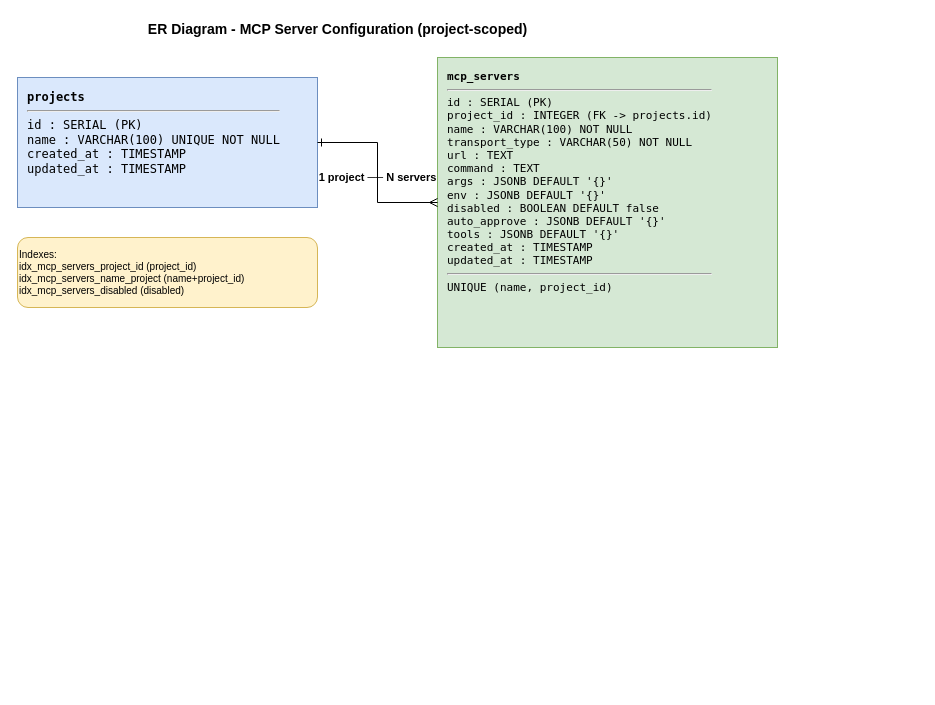
TranHoang1/SDLC-Agents-4-Enteprise keeps this draw.io diagram as documents/SA4E-215/diagrams/er-diagram.drawio. Above is the earlier version. Source tidied: cells renumbered, new cells numbered last; positions are measured from the earlier drawing's top-left corner, leaving out a move shared by most shapes. Both pictures are drawn from the tidied source at 100%, with x=0, y=0 at pixel (17, 17).
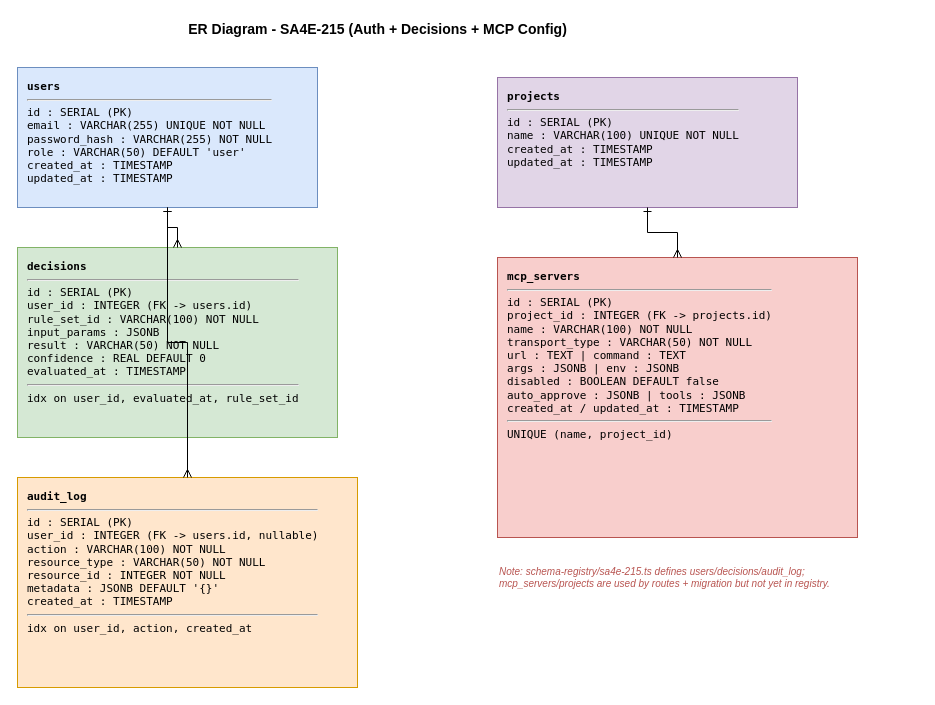
After the change.

The edit, as a diff of the source:
```diff
@@
 <mxGraphModel>
   <root>
     <mxCell id="0" />
     <mxCell id="1" parent="0" />
-    <mxCell id="2" value="ER Diagram - MCP Server Configuration (project-scoped)" style="text;html=1;align=center;verticalAlign=middle;fontSize=14;fontStyle=1;" parent="1" vertex="1">
-      <mxGeometry width="640" height="24" as="geometry" />
+    <mxCell id="2" value="ER Diagram - SA4E-215 (Auth + Decisions + MCP Config)" style="text;html=1;align=center;verticalAlign=middle;fontSize=14;fontStyle=1;" parent="1" vertex="1">
+      <mxGeometry width="720" height="24" as="geometry" />
     </mxCell>
+    <mxCell id="8" value="&lt;b&gt;users&lt;/b&gt;&lt;hr&gt;id : SERIAL (PK)&lt;br&gt;email : VARCHAR(255) UNIQUE NOT NULL&lt;br&gt;password_hash : VARCHAR(255) NOT NULL&lt;br&gt;role : VARCHAR(50) DEFAULT 'user'&lt;br&gt;created_at : TIMESTAMP&lt;br&gt;updated_at : TIMESTAMP" style="rounded=0;whiteSpace=wrap;html=1;align=left;verticalAlign=top;fontFamily=monospace;fontSize=11;fillColor=#dae8fc;strokeColor=#6c8ebf;spacingLeft=8;spacingTop=6;" parent="1" vertex="1">
+      <mxGeometry y="50" width="300" height="140" as="geometry" />
+    </mxCell>
+    <mxCell id="9" value="&lt;b&gt;decisions&lt;/b&gt;&lt;hr&gt;id : SERIAL (PK)&lt;br&gt;user_id : INTEGER (FK -&gt; users.id)&lt;br&gt;rule_set_id : VARCHAR(100) NOT NULL&lt;br&gt;input_params : JSONB&lt;br&gt;result : VARCHAR(50) NOT NULL&lt;br&gt;confidence : REAL DEFAULT 0&lt;br&gt;evaluated_at : TIMESTAMP&lt;hr&gt;idx on user_id, evaluated_at, rule_set_id" style="rounded=0;whiteSpace=wrap;html=1;align=left;verticalAlign=top;fontFamily=monospace;fontSize=11;fillColor=#d5e8d4;strokeColor=#82b366;spacingLeft=8;spacingTop=6;" parent="1" vertex="1">
+      <mxGeometry y="230" width="320" height="190" as="geometry" />
+    </mxCell>
+    <mxCell id="10" value="&lt;b&gt;audit_log&lt;/b&gt;&lt;hr&gt;id : SERIAL (PK)&lt;br&gt;user_id : INTEGER (FK -&gt; users.id, nullable)&lt;br&gt;action : VARCHAR(100) NOT NULL&lt;br&gt;resource_type : VARCHAR(50) NOT NULL&lt;br&gt;resource_id : INTEGER NOT NULL&lt;br&gt;metadata : JSONB DEFAULT '{}'&lt;br&gt;created_at : TIMESTAMP&lt;hr&gt;idx on user_id, action, created_at" style="rounded=0;whiteSpace=wrap;html=1;align=left;verticalAlign=top;fontFamily=monospace;fontSize=11;fillColor=#ffe6cc;strokeColor=#d79b00;spacingLeft=8;spacingTop=6;" parent="1" vertex="1">
+      <mxGeometry y="460" width="340" height="210" as="geometry" />
+    </mxCell>
-    <mxCell id="3" value="&lt;b&gt;projects&lt;/b&gt;&lt;hr&gt;id : SERIAL (PK)&lt;br&gt;name : VARCHAR(100) UNIQUE NOT NULL&lt;br&gt;created_at : TIMESTAMP&lt;br&gt;updated_at : TIMESTAMP" style="rounded=0;whiteSpace=wrap;html=1;align=left;verticalAlign=top;fontFamily=monospace;fontSize=12;fillColor=#dae8fc;strokeColor=#6c8ebf;spacingLeft=8;spacingTop=6;" parent="1" vertex="1">
-      <mxGeometry y="60" width="300" height="130" as="geometry" />
+    <mxCell id="3" value="&lt;b&gt;projects&lt;/b&gt;&lt;hr&gt;id : SERIAL (PK)&lt;br&gt;name : VARCHAR(100) UNIQUE NOT NULL&lt;br&gt;created_at : TIMESTAMP&lt;br&gt;updated_at : TIMESTAMP" style="rounded=0;whiteSpace=wrap;html=1;align=left;verticalAlign=top;fontFamily=monospace;fontSize=11;fillColor=#e1d5e7;strokeColor=#9673a6;spacingLeft=8;spacingTop=6;" parent="1" vertex="1">
+      <mxGeometry x="480" y="60" width="300" height="130" as="geometry" />
     </mxCell>
-    <mxCell id="4" value="&lt;b&gt;mcp_servers&lt;/b&gt;&lt;hr&gt;id : SERIAL (PK)&lt;br&gt;project_id : INTEGER (FK -&gt; projects.id)&lt;br&gt;name : VARCHAR(100) NOT NULL&lt;br&gt;transport_type : VARCHAR(50) NOT NULL&lt;br&gt;url : TEXT&lt;br&gt;command : TEXT&lt;br&gt;args : JSONB DEFAULT '{}'&lt;br&gt;env : JSONB DEFAULT '{}'&lt;br&gt;disabled : BOOLEAN DEFAULT false&lt;br&gt;auto_approve : JSONB DEFAULT '{}'&lt;br&gt;tools : JSONB DEFAULT '{}'&lt;br&gt;created_at : TIMESTAMP&lt;br&gt;updated_at : TIMESTAMP&lt;hr&gt;UNIQUE (name, project_id)" style="rounded=0;whiteSpace=wrap;html=1;align=left;verticalAlign=top;fontFamily=monospace;fontSize=11;fillColor=#d5e8d4;strokeColor=#82b366;spacingLeft=8;spacingTop=6;" parent="1" vertex="1">
-      <mxGeometry x="420" y="40" width="340" height="290" as="geometry" />
+    <mxCell id="4" value="&lt;b&gt;mcp_servers&lt;/b&gt;&lt;hr&gt;id : SERIAL (PK)&lt;br&gt;project_id : INTEGER (FK -&gt; projects.id)&lt;br&gt;name : VARCHAR(100) NOT NULL&lt;br&gt;transport_type : VARCHAR(50) NOT NULL&lt;br&gt;url : TEXT | command : TEXT&lt;br&gt;args : JSONB | env : JSONB&lt;br&gt;disabled : BOOLEAN DEFAULT false&lt;br&gt;auto_approve : JSONB | tools : JSONB&lt;br&gt;created_at / updated_at : TIMESTAMP&lt;hr&gt;UNIQUE (name, project_id)" style="rounded=0;whiteSpace=wrap;html=1;align=left;verticalAlign=top;fontFamily=monospace;fontSize=11;fillColor=#f8cecc;strokeColor=#b85450;spacingLeft=8;spacingTop=6;" parent="1" vertex="1">
+      <mxGeometry x="480" y="240" width="360" height="280" as="geometry" />
     </mxCell>
+    <mxCell id="11" style="edgeStyle=orthogonalEdgeStyle;rounded=0;html=1;endArrow=ERone;startArrow=ERmany;endFill=1;startFill=1;" parent="1" edge="1" source="9" target="8">
+      <mxGeometry relative="1" as="geometry" />
+    </mxCell>
+    <mxCell id="12" style="edgeStyle=orthogonalEdgeStyle;rounded=0;html=1;endArrow=ERone;startArrow=ERmany;endFill=1;startFill=1;" parent="1" edge="1" source="10" target="8">
+      <mxGeometry relative="1" as="geometry" />
+    </mxCell>
     <mxCell id="5" style="edgeStyle=orthogonalEdgeStyle;rounded=0;html=1;endArrow=ERone;startArrow=ERmany;endFill=1;startFill=1;" parent="1" edge="1" source="4" target="3">
       <mxGeometry relative="1" as="geometry" />
     </mxCell>
-    <mxCell id="6" value="1 project ── N servers" style="text;html=1;align=center;verticalAlign=middle;fontSize=11;fontStyle=1;" parent="1" vertex="1">
-      <mxGeometry x="300" y="150" width="120" height="20" as="geometry" />
-    </mxCell>
-    <mxCell id="7" value="Indexes:&lt;br&gt;idx_mcp_servers_project_id (project_id)&lt;br&gt;idx_mcp_servers_name_project (name+project_id)&lt;br&gt;idx_mcp_servers_disabled (disabled)" style="rounded=1;whiteSpace=wrap;html=1;align=left;fontSize=10;fillColor=#fff2cc;strokeColor=#d6b656;" parent="1" vertex="1">
-      <mxGeometry y="220" width="300" height="70" as="geometry" />
-    </mxCell>
+    <mxCell id="13" value="Note: schema-registry/sa4e-215.ts defines users/decisions/audit_log;&lt;br&gt;mcp_servers/projects are used by routes + migration but not yet in registry." style="text;html=1;align=left;verticalAlign=middle;fontSize=10;fontStyle=2;fontColor=#b85450;" parent="1" vertex="1">
+      <mxGeometry x="480" y="540" width="420" height="40" as="geometry" />
+    </mxCell>
   </root>
 </mxGraphModel>
```
